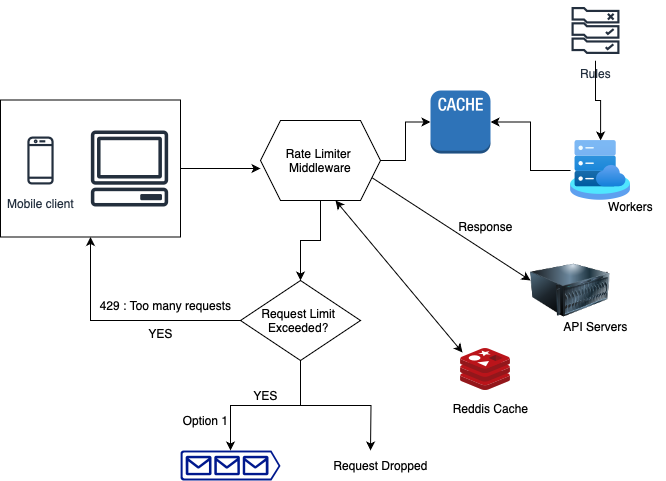
Before: Designs/HLD/Design Rate Limiter-Design Rate Limiter.drawio.png, a diagram exported from draw.io (chetana-c/SystemDesign). Source tidied: cells renumbered, new cells last; positions are measured from the earlier drawing's top-left corner, leaving out a move shared by most shapes.
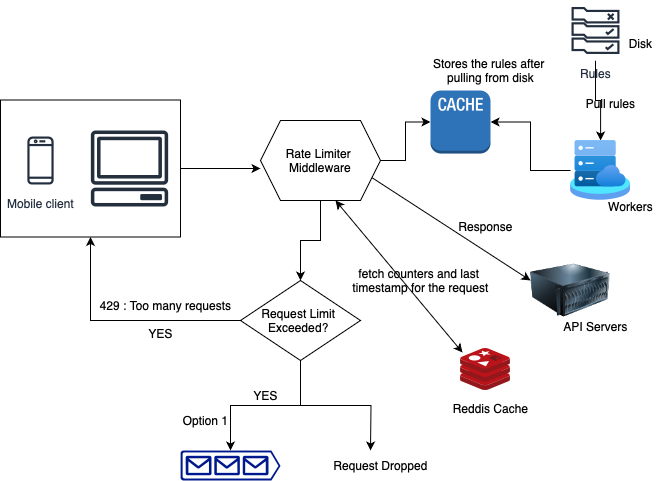
Later version of the same file.

Change to the diagram source:
```diff
@@ -96,5 +96,17 @@
     <mxCell id="31" value="Response&lt;div&gt;&lt;br&gt;&lt;/div&gt;" style="text;html=1;align=center;verticalAlign=middle;strokeColor=none;fillColor=none;" parent="1" vertex="1">
       <mxGeometry x="445" y="213" width="80" height="40" as="geometry" />
     </mxCell>
+    <mxCell id="32" value="Disk" style="text;html=1;align=center;verticalAlign=middle;strokeColor=none;fillColor=none;" parent="1" vertex="1">
+      <mxGeometry x="615" y="28" width="50" height="30" as="geometry" />
+    </mxCell>
+    <mxCell id="33" value="Stores the rules after&amp;nbsp;&lt;div&gt;pulling from disk&lt;/div&gt;" style="text;html=1;align=center;verticalAlign=middle;strokeColor=none;fillColor=none;" parent="1" vertex="1">
+      <mxGeometry x="420" y="50" width="140" height="40" as="geometry" />
+    </mxCell>
+    <mxCell id="34" value="Pull rules" style="text;html=1;align=center;verticalAlign=middle;strokeColor=none;fillColor=none;" parent="1" vertex="1">
+      <mxGeometry x="575" y="88" width="70" height="30" as="geometry" />
+    </mxCell>
+    <mxCell id="35" value="fetch counters and last&amp;nbsp;&lt;div&gt;timestamp for the request&lt;/div&gt;" style="text;html=1;align=center;verticalAlign=middle;strokeColor=none;fillColor=none;" parent="1" vertex="1">
+      <mxGeometry x="340" y="260" width="160" height="40" as="geometry" />
+    </mxCell>
   </root>
 </mxGraphModel>
```
